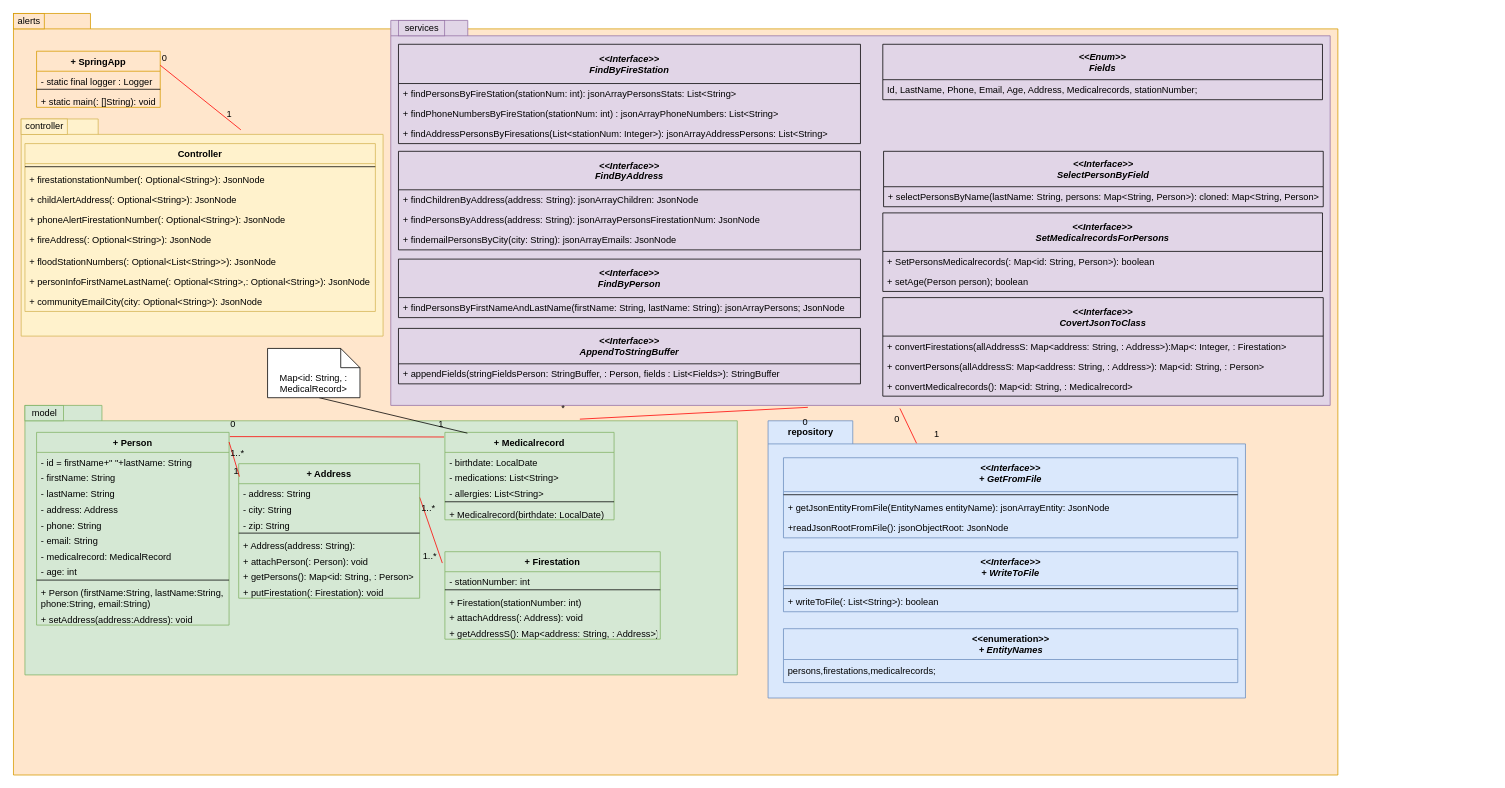
Above: page "ClassDiagram1" (1 of 2) of UML/classDiagram.drawio in andrechico999/https-github.com-emmo78-com.safetynet.alerts (draw.io), before the change. Source tidied: cells renumbered, new cells numbered last; positions are measured from the earlier drawing's top-left corner, leaving out a move shared by most shapes. Both pictures are drawn from the tidied source at 77%, with x=0, y=0 at pixel (13, 13).
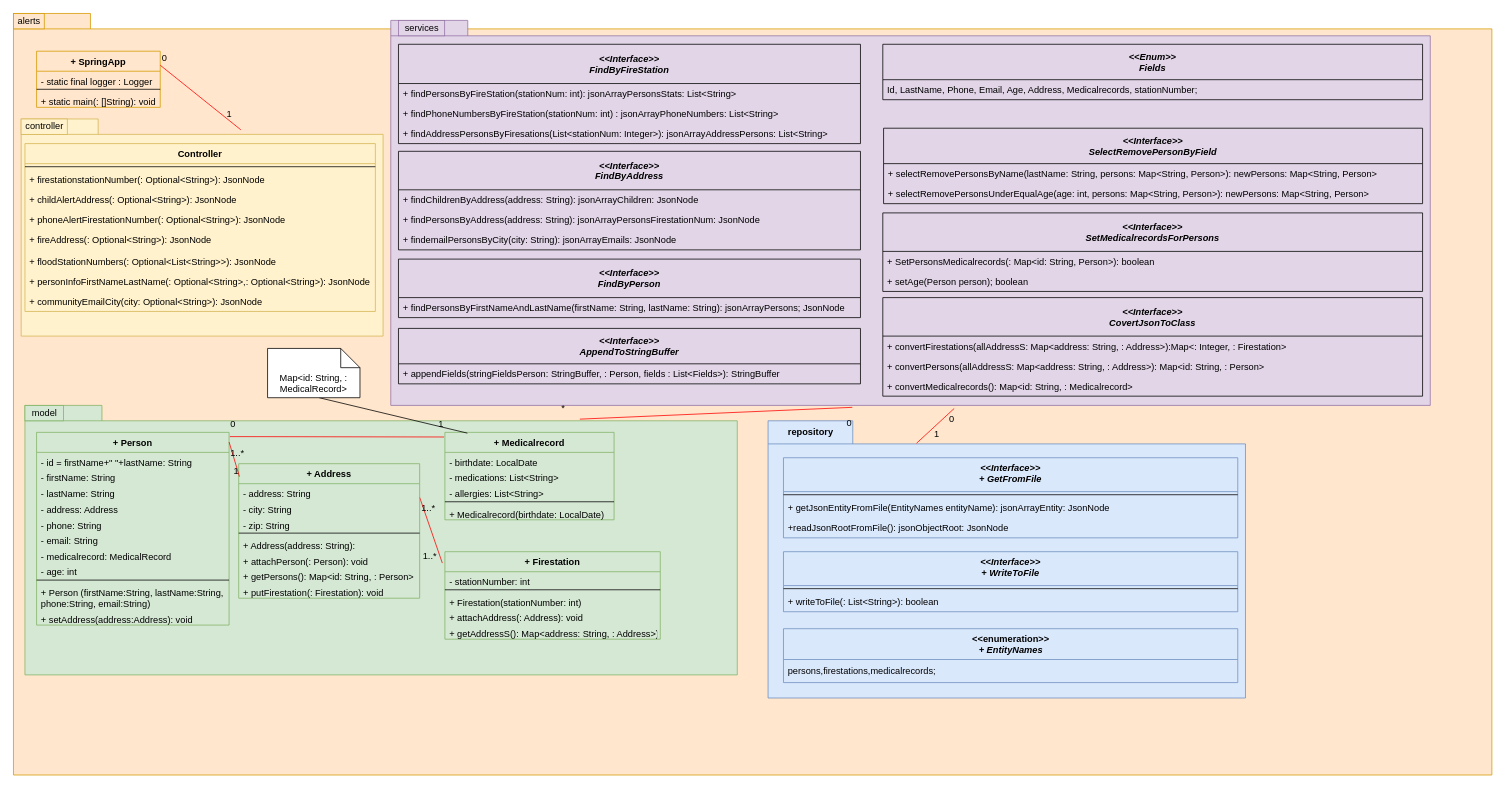
After the change.

Change to the diagram source:
```diff
@@
     <mxCell id="2" style="shape=folder;fontStyle=1;spacingTop=10;tabWidth=100;tabHeight=20;tabPosition=left;html=1;fillColor=#ffe6cc;strokeColor=#d79b00;" parent="1" vertex="1">
-      <mxGeometry width="1720" height="989" as="geometry" />
+      <mxGeometry width="1920" height="989" as="geometry" />
     </mxCell>
@@
     <mxCell id="53" style="shape=folder;fontStyle=1;spacingTop=10;tabWidth=100;tabHeight=20;tabPosition=left;html=1;fillColor=#e1d5e7;strokeColor=#9673a6;" parent="1" vertex="1">
-      <mxGeometry x="490" y="9" width="1220" height="500" as="geometry" />
+      <mxGeometry x="490" y="9" width="1350" height="500" as="geometry" />
     </mxCell>
@@
-    <mxCell id="65" value="&lt;&lt;Interface&gt;&gt;&#10;SelectPersonByField" style="swimlane;fontStyle=3;horizontal=1;startSize=46;fillColor=none;" parent="1" vertex="1">
-      <mxGeometry x="1130" y="179" width="571" height="72" as="geometry" />
+    <mxCell id="65" value="&lt;&lt;Interface&gt;&gt;&#10;SelectRemovePersonByField" style="swimlane;fontStyle=3;horizontal=1;startSize=46;fillColor=none;" parent="1" vertex="1">
+      <mxGeometry x="1130" y="149" width="700" height="98" as="geometry" />
     </mxCell>
-    <mxCell id="66" value="+ selectPersonsByName(lastName: String, persons: Map&lt;String, Person&gt;): cloned: Map&lt;String, Person&gt;" style="text;strokeColor=none;fillColor=none;align=left;verticalAlign=top;spacingLeft=4;spacingRight=4;overflow=hidden;" parent="65" vertex="1">
-      <mxGeometry y="46" width="571" height="26" as="geometry" />
+    <mxCell id="66" value="+ selectRemovePersonsByName(lastName: String, persons: Map&lt;String, Person&gt;): newPersons: Map&lt;String, Person&gt;" style="text;strokeColor=none;fillColor=none;align=left;verticalAlign=top;spacingLeft=4;spacingRight=4;overflow=hidden;" parent="65" vertex="1">
+      <mxGeometry y="46" width="700" height="26" as="geometry" />
     </mxCell>
+    <mxCell id="111" value="+ selectRemovePersonsUnderEqualAge(age: int, persons: Map&lt;String, Person&gt;): newPersons: Map&lt;String, Person&gt;" style="text;strokeColor=none;fillColor=none;align=left;verticalAlign=top;spacingLeft=4;spacingRight=4;overflow=hidden;" parent="65" vertex="1">
+      <mxGeometry y="72" width="700" height="26" as="geometry" />
+    </mxCell>
@@
     <mxCell id="80" value="&lt;&lt;Interface&gt;&gt;&#10;SetMedicalrecordsForPersons" style="swimlane;fontStyle=3;horizontal=1;startSize=50;fillColor=none;" parent="1" vertex="1">
-      <mxGeometry x="1129" y="259" width="571" height="102" as="geometry" />
+      <mxGeometry x="1129" y="259" width="701" height="102" as="geometry" />
     </mxCell>
     <mxCell id="81" value="+ SetPersonsMedicalrecords(: Map&lt;id: String, Person&gt;): boolean" style="text;strokeColor=none;fillColor=none;align=left;verticalAlign=top;spacingLeft=4;spacingRight=4;overflow=hidden;" parent="80" vertex="1">
-      <mxGeometry y="50" width="571" height="26" as="geometry" />
+      <mxGeometry y="50" width="701" height="26" as="geometry" />
     </mxCell>
     <mxCell id="82" value="+ setAge(Person person); boolean" style="text;strokeColor=none;fillColor=none;align=left;verticalAlign=top;spacingLeft=4;spacingRight=4;overflow=hidden;" parent="80" vertex="1">
-      <mxGeometry y="76" width="571" height="26" as="geometry" />
+      <mxGeometry y="76" width="701" height="26" as="geometry" />
     </mxCell>
@@
     <mxCell id="85" value="&lt;&lt;Interface&gt;&gt;&#10;CovertJsonToClass" style="swimlane;fontStyle=3;horizontal=1;startSize=50;fillColor=none;" parent="1" vertex="1">
-      <mxGeometry x="1129" y="369" width="572" height="128" as="geometry" />
+      <mxGeometry x="1129" y="369" width="701" height="128" as="geometry" />
     </mxCell>
     <mxCell id="86" value="+ convertFirestations(allAddressS: Map&lt;address: String, : Address&gt;):Map&lt;: Integer, : Firestation&gt;" style="text;strokeColor=none;fillColor=none;align=left;verticalAlign=top;spacingLeft=4;spacingRight=4;overflow=hidden;" parent="85" vertex="1">
-      <mxGeometry y="50" width="572" height="26" as="geometry" />
+      <mxGeometry y="50" width="701" height="26" as="geometry" />
     </mxCell>
     <mxCell id="87" value="+ convertPersons(allAddressS: Map&lt;address: String, : Address&gt;): Map&lt;id: String, : Person&gt;" style="text;strokeColor=none;fillColor=none;align=left;verticalAlign=top;spacingLeft=4;spacingRight=4;overflow=hidden;" parent="85" vertex="1">
-      <mxGeometry y="76" width="572" height="26" as="geometry" />
+      <mxGeometry y="76" width="701" height="26" as="geometry" />
     </mxCell>
     <mxCell id="88" value="+ convertMedicalrecords(): Map&lt;id: String, : Medicalrecord&gt;" style="text;strokeColor=none;fillColor=none;align=left;verticalAlign=top;spacingLeft=4;spacingRight=4;overflow=hidden;" parent="85" vertex="1">
-      <mxGeometry y="102" width="572" height="26" as="geometry" />
+      <mxGeometry y="102" width="701" height="26" as="geometry" />
     </mxCell>
@@
     <mxCell id="109" value="&lt;&lt;Enum&gt;&gt;&#10;Fields" style="swimlane;fontStyle=3;horizontal=1;startSize=46;fillColor=none;" parent="1" vertex="1">
-      <mxGeometry x="1129" y="40" width="571" height="72" as="geometry" />
+      <mxGeometry x="1129" y="40" width="701" height="72" as="geometry" />
     </mxCell>
     <mxCell id="110" value="Id, LastName, Phone, Email, Age, Address, Medicalrecords, stationNumber;" style="text;strokeColor=none;fillColor=none;align=left;verticalAlign=top;spacingLeft=4;spacingRight=4;overflow=hidden;" parent="109" vertex="1">
-      <mxGeometry y="46" width="571" height="26" as="geometry" />
+      <mxGeometry y="46" width="701" height="26" as="geometry" />
     </mxCell>
```
